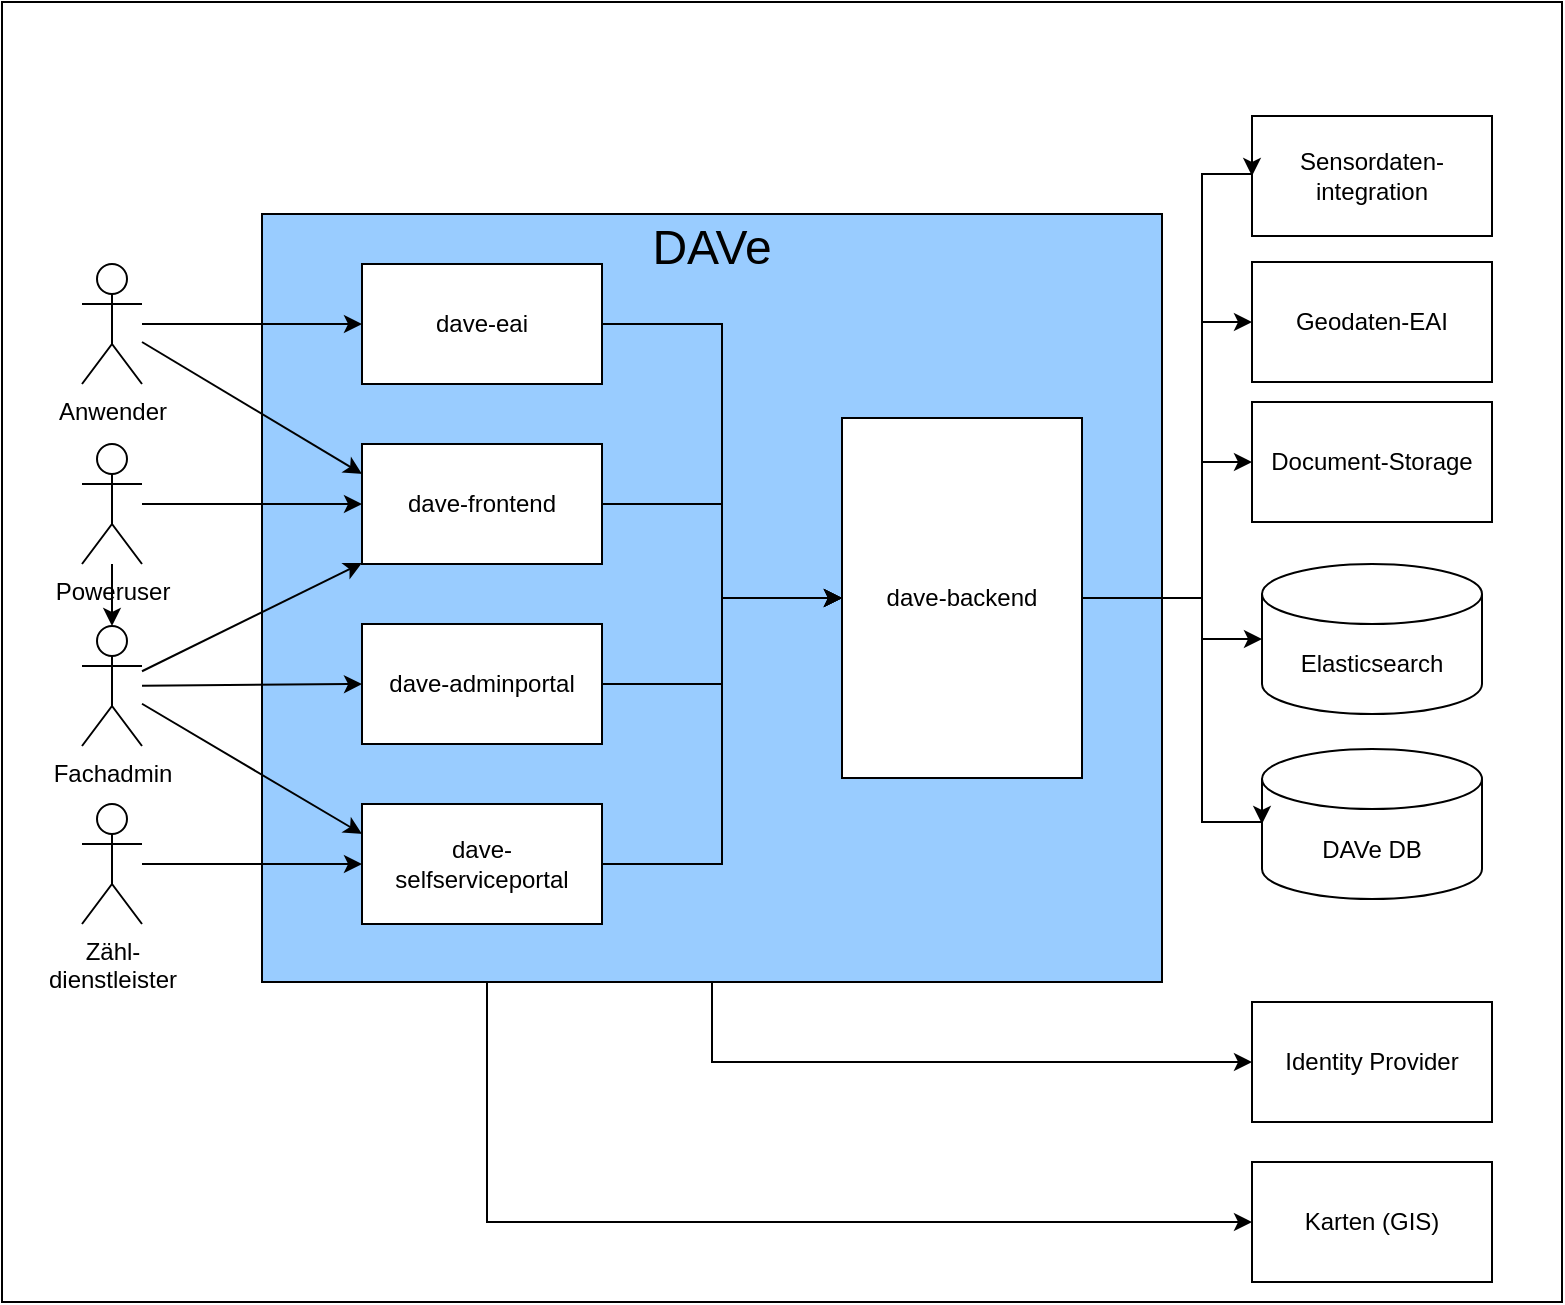
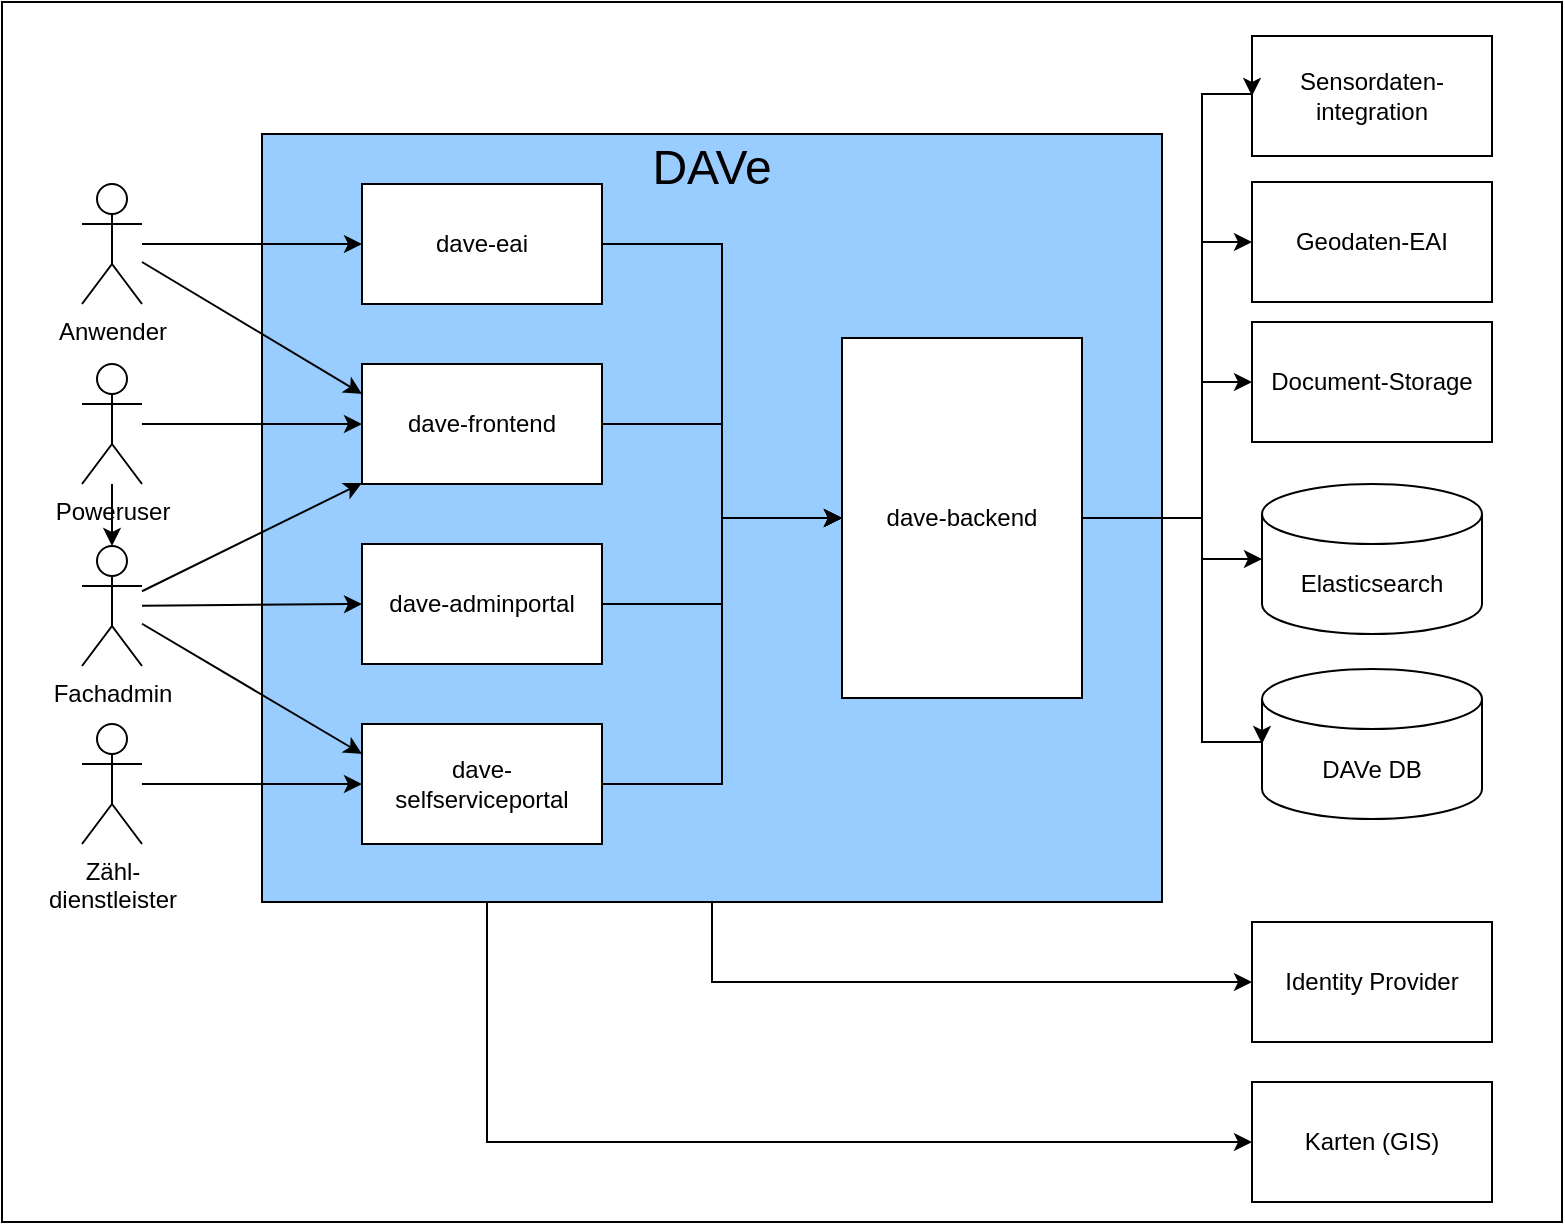
<mxfile host="Electron" agent="Mozilla/5.0 (Windows NT 10.0; Win64; x64) AppleWebKit/537.36 (KHTML, like Gecko) draw.io/27.0.5 Chrome/134.0.6998.205 Electron/35.3.0 Safari/537.36" version="27.0.5">
  <diagram name="Seite-1" id="ojCsiEdfWkuSPPQZoMoe">
    <mxGraphModel dx="2108" dy="770" grid="1" gridSize="10" guides="1" tooltips="1" connect="1" arrows="1" fold="1" page="1" pageScale="1" pageWidth="827" pageHeight="1169" math="0" shadow="0">
      <root>
        <mxCell id="0" />
        <mxCell id="1" parent="0" />
        <mxCell id="KnmTlxItXMSz-s30MJJW-1" value="" style="rounded=0;whiteSpace=wrap;html=1;fillColor=light-dark(#FFFFFF,#FFFFFF);container=0;" parent="1" vertex="1">
-           <mxGeometry x="-50" y="140" width="780" height="650" as="geometry" />
+           <mxGeometry x="-50" y="180" width="780" height="610" as="geometry" />
        </mxCell>
        <mxCell id="KnmTlxItXMSz-s30MJJW-10" value="&lt;font style=&quot;color: light-dark(rgb(0, 0, 0), rgb(0, 0, 0));&quot;&gt;Geodaten-EAI&lt;/font&gt;" style="rounded=0;whiteSpace=wrap;html=1;fillColor=none;strokeColor=light-dark(#000000,#000000);container=0;" parent="1" vertex="1">
          <mxGeometry x="575" y="270" width="120" height="60" as="geometry" />
        </mxCell>
        <mxCell id="KnmTlxItXMSz-s30MJJW-3" value="Fachadmin" style="shape=umlActor;verticalLabelPosition=bottom;verticalAlign=top;html=1;outlineConnect=0;fontColor=light-dark(#000000,#000000);strokeColor=light-dark(#000000,#000000);fillColor=none;container=0;" parent="1" vertex="1">
          <mxGeometry x="-10" y="452" width="30" height="60" as="geometry" />
        </mxCell>
        <mxCell id="KnmTlxItXMSz-s30MJJW-5" value="Zähl-&lt;br&gt;dienstleister" style="shape=umlActor;verticalLabelPosition=bottom;verticalAlign=top;html=1;outlineConnect=0;strokeColor=light-dark(#000000,#000000);fontColor=light-dark(#000000,#000000);fillColor=none;container=0;" parent="1" vertex="1">
          <mxGeometry x="-10" y="541" width="30" height="60" as="geometry" />
        </mxCell>
        <mxCell id="BpEKp0r3a0N5jhUWhxLq-10" style="edgeStyle=orthogonalEdgeStyle;rounded=0;orthogonalLoop=1;jettySize=auto;html=1;exitX=0.5;exitY=1;exitDx=0;exitDy=0;entryX=0;entryY=0.5;entryDx=0;entryDy=0;strokeColor=light-dark(#000000,#000000);" parent="1" source="KnmTlxItXMSz-s30MJJW-8" target="BpEKp0r3a0N5jhUWhxLq-9" edge="1">
          <mxGeometry relative="1" as="geometry" />
        </mxCell>
        <mxCell id="KnmTlxItXMSz-s30MJJW-8" value="&lt;font style=&quot;font-size: 24px; color: light-dark(rgb(0, 0, 0), rgb(0, 0, 0));&quot;&gt;DAVe&lt;/font&gt;&lt;div&gt;&lt;font style=&quot;color: light-dark(rgb(0, 0, 0), rgb(0, 0, 0));&quot; size=&quot;3&quot;&gt;&lt;br&gt;&lt;/font&gt;&lt;/div&gt;&lt;div&gt;&lt;font style=&quot;color: light-dark(rgb(0, 0, 0), rgb(0, 0, 0));&quot; size=&quot;3&quot;&gt;&lt;br&gt;&lt;/font&gt;&lt;/div&gt;&lt;div&gt;&lt;font style=&quot;color: light-dark(rgb(0, 0, 0), rgb(0, 0, 0));&quot; size=&quot;3&quot;&gt;&lt;br&gt;&lt;/font&gt;&lt;/div&gt;&lt;div&gt;&lt;font style=&quot;color: light-dark(rgb(0, 0, 0), rgb(0, 0, 0));&quot; size=&quot;3&quot;&gt;&lt;br&gt;&lt;/font&gt;&lt;/div&gt;&lt;div&gt;&lt;font style=&quot;color: light-dark(rgb(0, 0, 0), rgb(0, 0, 0));&quot; size=&quot;3&quot;&gt;&lt;br&gt;&lt;/font&gt;&lt;/div&gt;&lt;div&gt;&lt;font style=&quot;color: light-dark(rgb(0, 0, 0), rgb(0, 0, 0));&quot; size=&quot;3&quot;&gt;&lt;br&gt;&lt;/font&gt;&lt;/div&gt;&lt;div&gt;&lt;font style=&quot;color: light-dark(rgb(0, 0, 0), rgb(0, 0, 0));&quot; size=&quot;3&quot;&gt;&lt;br&gt;&lt;/font&gt;&lt;/div&gt;&lt;div&gt;&lt;font style=&quot;color: light-dark(rgb(0, 0, 0), rgb(0, 0, 0));&quot; size=&quot;3&quot;&gt;&lt;br&gt;&lt;/font&gt;&lt;/div&gt;&lt;div&gt;&lt;br&gt;&lt;/div&gt;&lt;div&gt;&lt;font style=&quot;color: light-dark(rgb(0, 0, 0), rgb(0, 0, 0));&quot; size=&quot;3&quot;&gt;&lt;br&gt;&lt;/font&gt;&lt;/div&gt;&lt;div&gt;&lt;font style=&quot;color: light-dark(rgb(0, 0, 0), rgb(0, 0, 0));&quot; size=&quot;3&quot;&gt;&lt;br&gt;&lt;/font&gt;&lt;/div&gt;&lt;div&gt;&lt;font style=&quot;color: light-dark(rgb(0, 0, 0), rgb(0, 0, 0));&quot; size=&quot;3&quot;&gt;&lt;br&gt;&lt;/font&gt;&lt;/div&gt;&lt;div&gt;&lt;font style=&quot;color: light-dark(rgb(0, 0, 0), rgb(0, 0, 0));&quot; size=&quot;3&quot;&gt;&lt;br&gt;&lt;/font&gt;&lt;/div&gt;&lt;div&gt;&lt;font style=&quot;color: light-dark(rgb(0, 0, 0), rgb(0, 0, 0));&quot; size=&quot;3&quot;&gt;&lt;br&gt;&lt;/font&gt;&lt;/div&gt;&lt;div&gt;&lt;font style=&quot;color: light-dark(rgb(0, 0, 0), rgb(0, 0, 0));&quot; size=&quot;3&quot;&gt;&lt;br&gt;&lt;/font&gt;&lt;/div&gt;&lt;div&gt;&lt;font style=&quot;color: light-dark(rgb(0, 0, 0), rgb(0, 0, 0));&quot;&gt;&lt;br&gt;&lt;/font&gt;&lt;/div&gt;&lt;div&gt;&lt;font style=&quot;color: light-dark(rgb(0, 0, 0), rgb(0, 0, 0));&quot; size=&quot;3&quot;&gt;&lt;br&gt;&lt;/font&gt;&lt;/div&gt;&lt;div&gt;&lt;font style=&quot;color: light-dark(rgb(0, 0, 0), rgb(0, 0, 0));&quot; size=&quot;3&quot;&gt;&lt;br&gt;&lt;/font&gt;&lt;/div&gt;&lt;div&gt;&lt;br&gt;&lt;/div&gt;" style="rounded=0;whiteSpace=wrap;html=1;fillColor=#99CCFF;strokeColor=#000000;container=0;" parent="1" vertex="1">
          <mxGeometry x="80" y="246" width="450" height="384" as="geometry" />
        </mxCell>
        <mxCell id="z4RPFUjubYknw4vLWnkp-3" value="" style="rounded=0;orthogonalLoop=1;jettySize=auto;html=1;strokeColor=light-dark(#000000,#000000);entryX=0;entryY=0.5;entryDx=0;entryDy=0;" parent="1" source="KnmTlxItXMSz-s30MJJW-12" target="KnmTlxItXMSz-s30MJJW-16" edge="1">
          <mxGeometry relative="1" as="geometry" />
        </mxCell>
        <mxCell id="z4RPFUjubYknw4vLWnkp-5" style="rounded=0;orthogonalLoop=1;jettySize=auto;html=1;entryX=0;entryY=0.25;entryDx=0;entryDy=0;strokeColor=light-dark(#000000,#000000);" parent="1" source="KnmTlxItXMSz-s30MJJW-12" target="KnmTlxItXMSz-s30MJJW-13" edge="1">
          <mxGeometry relative="1" as="geometry" />
        </mxCell>
        <mxCell id="KnmTlxItXMSz-s30MJJW-12" value="Anwender" style="shape=umlActor;verticalLabelPosition=bottom;verticalAlign=top;html=1;outlineConnect=0;strokeColor=light-dark(#000000,#000000);fontColor=light-dark(#000000,#000000);fillColor=none;container=0;" parent="1" vertex="1">
          <mxGeometry x="-10" y="271" width="30" height="60" as="geometry" />
        </mxCell>
        <mxCell id="z4RPFUjubYknw4vLWnkp-6" style="edgeStyle=orthogonalEdgeStyle;rounded=0;orthogonalLoop=1;jettySize=auto;html=1;exitX=1;exitY=0.5;exitDx=0;exitDy=0;entryX=0;entryY=0.5;entryDx=0;entryDy=0;strokeColor=light-dark(#000000,#000000);" parent="1" source="KnmTlxItXMSz-s30MJJW-13" target="KnmTlxItXMSz-s30MJJW-18" edge="1">
          <mxGeometry relative="1" as="geometry" />
        </mxCell>
        <mxCell id="KnmTlxItXMSz-s30MJJW-13" value="&lt;font color=&quot;#000000&quot;&gt;dave-frontend&lt;/font&gt;" style="rounded=0;whiteSpace=wrap;html=1;fillColor=#FFFFFF;strokeColor=light-dark(#000000,#000000);container=0;" parent="1" vertex="1">
          <mxGeometry x="130" y="361" width="120" height="60" as="geometry" />
        </mxCell>
        <mxCell id="z4RPFUjubYknw4vLWnkp-7" style="edgeStyle=orthogonalEdgeStyle;rounded=0;orthogonalLoop=1;jettySize=auto;html=1;exitX=1;exitY=0.5;exitDx=0;exitDy=0;entryX=0;entryY=0.5;entryDx=0;entryDy=0;strokeColor=light-dark(#000000,#000000);" parent="1" source="KnmTlxItXMSz-s30MJJW-14" target="KnmTlxItXMSz-s30MJJW-18" edge="1">
          <mxGeometry relative="1" as="geometry" />
        </mxCell>
        <mxCell id="KnmTlxItXMSz-s30MJJW-14" value="&lt;font color=&quot;#000000&quot;&gt;dave-adminportal&lt;/font&gt;" style="rounded=0;whiteSpace=wrap;html=1;fillColor=#FFFFFF;strokeColor=light-dark(#000000,#000000);container=0;" parent="1" vertex="1">
          <mxGeometry x="130" y="451" width="120" height="60" as="geometry" />
        </mxCell>
        <mxCell id="z4RPFUjubYknw4vLWnkp-8" style="edgeStyle=orthogonalEdgeStyle;rounded=0;orthogonalLoop=1;jettySize=auto;html=1;exitX=1;exitY=0.5;exitDx=0;exitDy=0;entryX=0;entryY=0.5;entryDx=0;entryDy=0;strokeColor=light-dark(#000000,#000000);" parent="1" source="KnmTlxItXMSz-s30MJJW-15" target="KnmTlxItXMSz-s30MJJW-18" edge="1">
          <mxGeometry relative="1" as="geometry" />
        </mxCell>
        <mxCell id="KnmTlxItXMSz-s30MJJW-15" value="&lt;font color=&quot;#000000&quot;&gt;dave-&lt;/font&gt;&lt;div&gt;&lt;font color=&quot;#000000&quot;&gt;selfserviceportal&lt;/font&gt;&lt;/div&gt;" style="rounded=0;whiteSpace=wrap;html=1;fillColor=#FFFFFF;strokeColor=light-dark(#000000,#000000);container=0;" parent="1" vertex="1">
          <mxGeometry x="130" y="541" width="120" height="60" as="geometry" />
        </mxCell>
        <mxCell id="z4RPFUjubYknw4vLWnkp-4" style="edgeStyle=orthogonalEdgeStyle;rounded=0;orthogonalLoop=1;jettySize=auto;html=1;exitX=1;exitY=0.5;exitDx=0;exitDy=0;entryX=0;entryY=0.5;entryDx=0;entryDy=0;strokeColor=light-dark(#000000,#000000);" parent="1" source="KnmTlxItXMSz-s30MJJW-16" target="KnmTlxItXMSz-s30MJJW-18" edge="1">
          <mxGeometry relative="1" as="geometry" />
        </mxCell>
        <mxCell id="KnmTlxItXMSz-s30MJJW-16" value="&lt;font color=&quot;#000000&quot;&gt;dave-eai&lt;/font&gt;" style="rounded=0;whiteSpace=wrap;html=1;fillColor=#FFFFFF;strokeColor=light-dark(#000000,#000000);container=0;" parent="1" vertex="1">
          <mxGeometry x="130" y="271" width="120" height="60" as="geometry" />
        </mxCell>
        <mxCell id="BpEKp0r3a0N5jhUWhxLq-1" style="edgeStyle=orthogonalEdgeStyle;rounded=0;orthogonalLoop=1;jettySize=auto;html=1;exitX=1;exitY=0.5;exitDx=0;exitDy=0;entryX=0;entryY=0.5;entryDx=0;entryDy=0;strokeColor=light-dark(#000000,#000000);" parent="1" source="KnmTlxItXMSz-s30MJJW-18" target="KnmTlxItXMSz-s30MJJW-10" edge="1">
          <mxGeometry relative="1" as="geometry">
            <Array as="points">
              <mxPoint x="550" y="438" />
              <mxPoint x="550" y="300" />
            </Array>
          </mxGeometry>
        </mxCell>
        <mxCell id="BpEKp0r3a0N5jhUWhxLq-8" style="edgeStyle=orthogonalEdgeStyle;rounded=0;orthogonalLoop=1;jettySize=auto;html=1;exitX=1;exitY=0.5;exitDx=0;exitDy=0;entryX=0;entryY=0.5;entryDx=0;entryDy=0;strokeColor=light-dark(#000000,#000000);" parent="1" source="KnmTlxItXMSz-s30MJJW-18" target="BpEKp0r3a0N5jhUWhxLq-6" edge="1">
          <mxGeometry relative="1" as="geometry">
            <Array as="points">
              <mxPoint x="550" y="438" />
              <mxPoint x="550" y="370" />
            </Array>
          </mxGeometry>
        </mxCell>
        <mxCell id="KnmTlxItXMSz-s30MJJW-18" value="&lt;font color=&quot;#000000&quot;&gt;dave-backend&lt;/font&gt;" style="rounded=0;whiteSpace=wrap;html=1;fillColor=#FFFFFF;strokeColor=light-dark(#000000,#000000);container=0;" parent="1" vertex="1">
          <mxGeometry x="370" y="348" width="120" height="180" as="geometry" />
        </mxCell>
        <mxCell id="z4RPFUjubYknw4vLWnkp-10" style="rounded=0;orthogonalLoop=1;jettySize=auto;html=1;strokeColor=light-dark(#000000,#000000);entryX=0;entryY=0.5;entryDx=0;entryDy=0;" parent="1" source="KnmTlxItXMSz-s30MJJW-3" target="KnmTlxItXMSz-s30MJJW-14" edge="1">
          <mxGeometry relative="1" as="geometry" />
        </mxCell>
        <mxCell id="z4RPFUjubYknw4vLWnkp-9" style="rounded=0;orthogonalLoop=1;jettySize=auto;html=1;entryX=0;entryY=0.5;entryDx=0;entryDy=0;strokeColor=light-dark(#000000,#000000);" parent="1" source="KnmTlxItXMSz-s30MJJW-5" target="KnmTlxItXMSz-s30MJJW-15" edge="1">
          <mxGeometry relative="1" as="geometry" />
        </mxCell>
        <mxCell id="BpEKp0r3a0N5jhUWhxLq-2" style="rounded=0;orthogonalLoop=1;jettySize=auto;html=1;strokeColor=light-dark(#000000,#000000);" parent="1" source="KnmTlxItXMSz-s30MJJW-3" target="KnmTlxItXMSz-s30MJJW-13" edge="1">
          <mxGeometry relative="1" as="geometry" />
        </mxCell>
        <mxCell id="BpEKp0r3a0N5jhUWhxLq-3" style="rounded=0;orthogonalLoop=1;jettySize=auto;html=1;entryX=0;entryY=0.25;entryDx=0;entryDy=0;strokeColor=light-dark(#000000,#000000);" parent="1" source="KnmTlxItXMSz-s30MJJW-3" target="KnmTlxItXMSz-s30MJJW-15" edge="1">
          <mxGeometry relative="1" as="geometry" />
        </mxCell>
        <mxCell id="BpEKp0r3a0N5jhUWhxLq-4" value="Elasticsearch" style="shape=cylinder3;whiteSpace=wrap;html=1;boundedLbl=1;backgroundOutline=1;size=15;fillColor=none;fontColor=light-dark(#000000,#000000);strokeColor=light-dark(#000000,#000000);" parent="1" vertex="1">
          <mxGeometry x="580" y="421" width="110" height="75" as="geometry" />
        </mxCell>
        <mxCell id="BpEKp0r3a0N5jhUWhxLq-5" value="DAVe DB" style="shape=cylinder3;whiteSpace=wrap;html=1;boundedLbl=1;backgroundOutline=1;size=15;fillColor=none;fontColor=light-dark(#000000,#000000);strokeColor=light-dark(#000000,#000000);" parent="1" vertex="1">
          <mxGeometry x="580" y="513.5" width="110" height="75" as="geometry" />
        </mxCell>
        <mxCell id="BpEKp0r3a0N5jhUWhxLq-6" value="&lt;font style=&quot;color: light-dark(rgb(0, 0, 0), rgb(0, 0, 0));&quot;&gt;Document-Storage&lt;/font&gt;" style="rounded=0;whiteSpace=wrap;html=1;fillColor=none;strokeColor=light-dark(#000000,#000000);container=0;" parent="1" vertex="1">
          <mxGeometry x="575" y="340" width="120" height="60" as="geometry" />
        </mxCell>
        <mxCell id="BpEKp0r3a0N5jhUWhxLq-9" value="&lt;font style=&quot;color: light-dark(rgb(0, 0, 0), rgb(0, 0, 0));&quot;&gt;Identity Provider&lt;/font&gt;" style="rounded=0;whiteSpace=wrap;html=1;fillColor=none;strokeColor=light-dark(#000000,#000000);container=0;" parent="1" vertex="1">
          <mxGeometry x="575" y="640" width="120" height="60" as="geometry" />
        </mxCell>
        <mxCell id="BpEKp0r3a0N5jhUWhxLq-11" style="edgeStyle=orthogonalEdgeStyle;rounded=0;orthogonalLoop=1;jettySize=auto;html=1;exitX=1;exitY=0.5;exitDx=0;exitDy=0;entryX=0;entryY=0.5;entryDx=0;entryDy=0;entryPerimeter=0;strokeColor=light-dark(#000000,#000000);" parent="1" source="KnmTlxItXMSz-s30MJJW-18" target="BpEKp0r3a0N5jhUWhxLq-4" edge="1">
          <mxGeometry relative="1" as="geometry">
            <Array as="points">
              <mxPoint x="550" y="438" />
              <mxPoint x="550" y="459" />
            </Array>
          </mxGeometry>
        </mxCell>
        <mxCell id="BpEKp0r3a0N5jhUWhxLq-12" style="edgeStyle=orthogonalEdgeStyle;rounded=0;orthogonalLoop=1;jettySize=auto;html=1;exitX=1;exitY=0.5;exitDx=0;exitDy=0;entryX=0;entryY=0.5;entryDx=0;entryDy=0;entryPerimeter=0;strokeColor=light-dark(#000000,#000000);" parent="1" source="KnmTlxItXMSz-s30MJJW-18" target="BpEKp0r3a0N5jhUWhxLq-5" edge="1">
          <mxGeometry relative="1" as="geometry">
            <Array as="points">
              <mxPoint x="550" y="438" />
              <mxPoint x="550" y="550" />
            </Array>
          </mxGeometry>
        </mxCell>
        <mxCell id="Tnfn5jsNyb1vm1FIaoOP-2" style="edgeStyle=orthogonalEdgeStyle;rounded=0;orthogonalLoop=1;jettySize=auto;html=1;entryX=0;entryY=0.5;entryDx=0;entryDy=0;strokeColor=#000000;" parent="1" source="Tnfn5jsNyb1vm1FIaoOP-1" target="KnmTlxItXMSz-s30MJJW-13" edge="1">
          <mxGeometry relative="1" as="geometry" />
        </mxCell>
        <mxCell id="Tnfn5jsNyb1vm1FIaoOP-3" value="" style="edgeStyle=orthogonalEdgeStyle;rounded=0;orthogonalLoop=1;jettySize=auto;html=1;" parent="1" source="Tnfn5jsNyb1vm1FIaoOP-1" target="KnmTlxItXMSz-s30MJJW-3" edge="1">
          <mxGeometry relative="1" as="geometry" />
        </mxCell>
        <mxCell id="Tnfn5jsNyb1vm1FIaoOP-1" value="Poweruser" style="shape=umlActor;verticalLabelPosition=bottom;verticalAlign=top;html=1;outlineConnect=0;strokeColor=light-dark(#000000,#000000);fontColor=light-dark(#000000,#000000);fillColor=none;container=0;" parent="1" vertex="1">
          <mxGeometry x="-10" y="361" width="30" height="60" as="geometry" />
        </mxCell>
        <mxCell id="YaN93xUsAyVQbkFhEalg-1" value="Karten (GIS)" style="rounded=0;whiteSpace=wrap;html=1;fillColor=none;strokeColor=light-dark(#000000,#000000);container=0;" parent="1" vertex="1">
          <mxGeometry x="575" y="720" width="120" height="60" as="geometry" />
        </mxCell>
        <mxCell id="YaN93xUsAyVQbkFhEalg-2" style="edgeStyle=orthogonalEdgeStyle;rounded=0;orthogonalLoop=1;jettySize=auto;html=1;exitX=0.25;exitY=1;exitDx=0;exitDy=0;entryX=0;entryY=0.5;entryDx=0;entryDy=0;strokeColor=light-dark(#000000,#000000);" parent="1" source="KnmTlxItXMSz-s30MJJW-8" target="YaN93xUsAyVQbkFhEalg-1" edge="1">
          <mxGeometry relative="1" as="geometry">
            <mxPoint x="143" y="710" as="sourcePoint" />
            <mxPoint x="413" y="750" as="targetPoint" />
          </mxGeometry>
        </mxCell>
        <mxCell id="Yy_-GJcyjXqwGu1gSJdN-1" value="&lt;font style=&quot;color: light-dark(rgb(0, 0, 0), rgb(0, 0, 0));&quot;&gt;Sensordaten-integration&lt;/font&gt;" style="rounded=0;whiteSpace=wrap;html=1;fillColor=none;strokeColor=light-dark(#000000,#000000);container=0;" parent="1" vertex="1">
          <mxGeometry x="575" y="197" width="120" height="60" as="geometry" />
        </mxCell>
        <mxCell id="Yy_-GJcyjXqwGu1gSJdN-2" style="edgeStyle=orthogonalEdgeStyle;rounded=0;orthogonalLoop=1;jettySize=auto;html=1;exitX=1;exitY=0.5;exitDx=0;exitDy=0;entryX=0;entryY=0.5;entryDx=0;entryDy=0;strokeColor=light-dark(#000000,#000000);" parent="1" target="Yy_-GJcyjXqwGu1gSJdN-1" edge="1">
          <mxGeometry relative="1" as="geometry">
            <Array as="points">
              <mxPoint x="550" y="438" />
              <mxPoint x="550" y="226" />
            </Array>
            <mxPoint x="490" y="438" as="sourcePoint" />
            <mxPoint x="575" y="300" as="targetPoint" />
          </mxGeometry>
        </mxCell>
      </root>
    </mxGraphModel>
  </diagram>
</mxfile>
